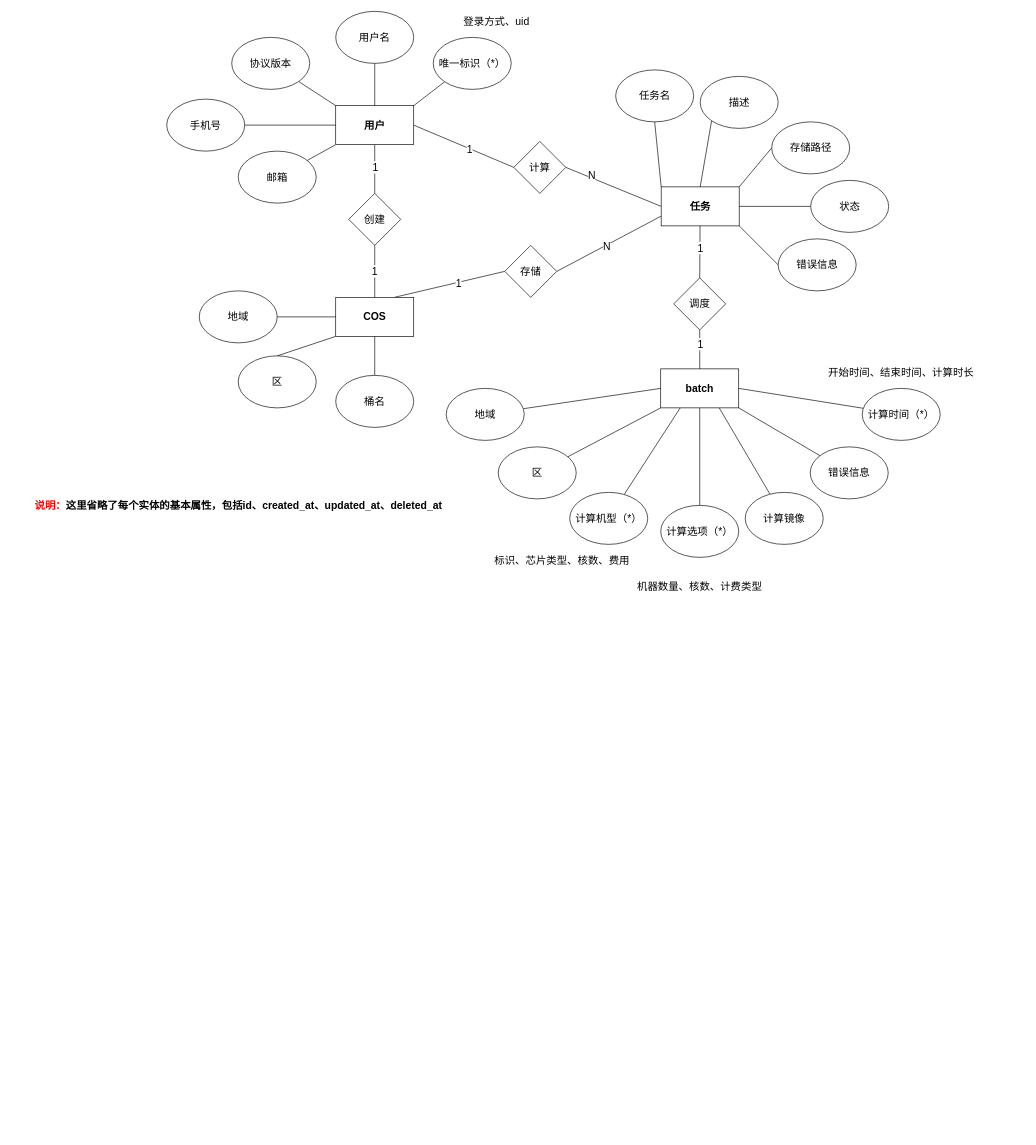
This is page "数据库设计" (2 of 2) of draft/mutfold/Untitled Diagram.drawio from mattshhuang/draw-io, a draw.io file, before an edit. Source tidied: cells renumbered, new cells numbered last; positions are measured from the earlier drawing's top-left corner, leaving out a move shared by most shapes. Both pictures are drawn from the tidied source at 65%, with x=0, y=0 at pixel (30, 11).
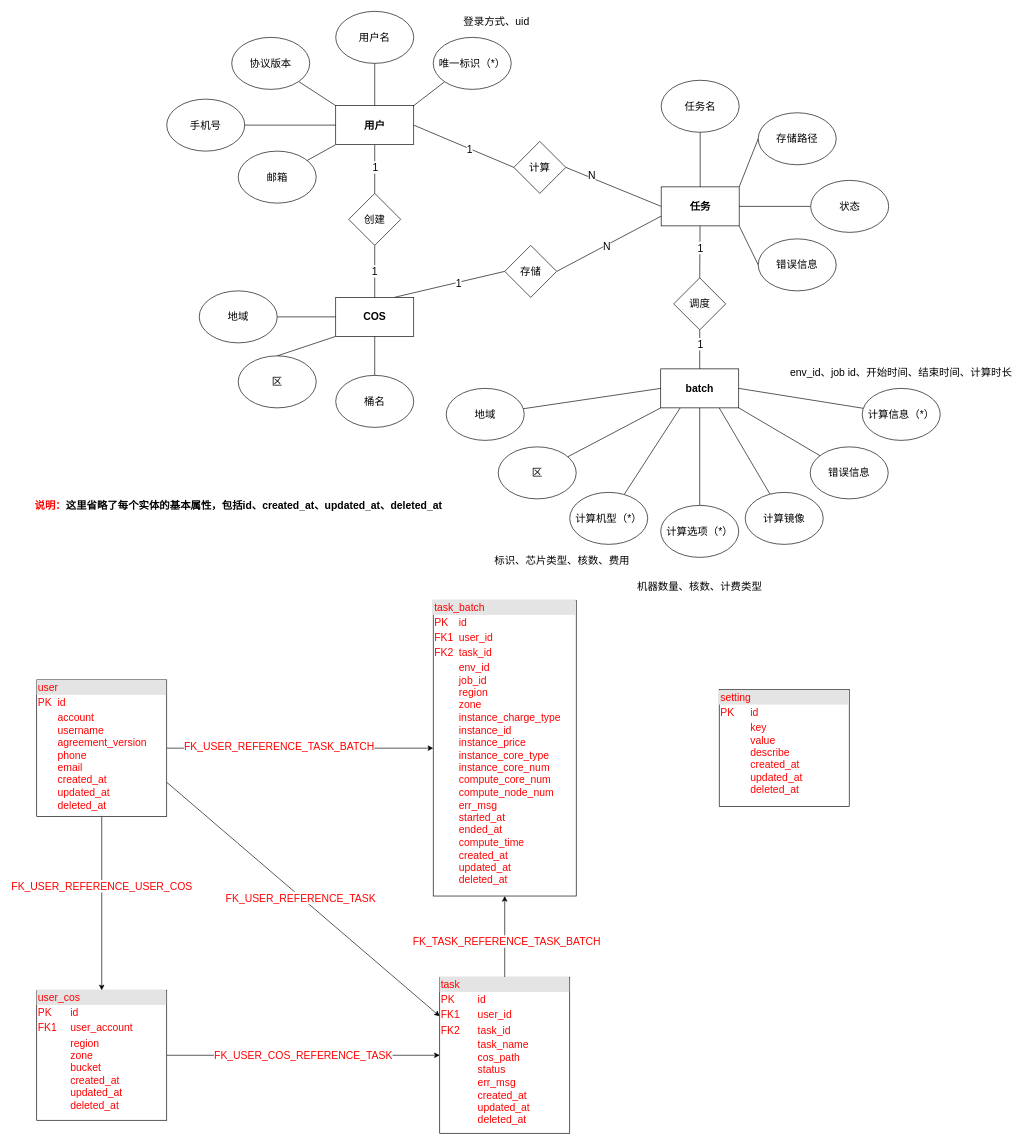
Above is the later version.

Commit message:
添加数据库模型图

Unchanged cells that the change refers to:
```xml
<mxCell id="11" value="&lt;font style=&quot;font-size: 16px&quot;&gt;&lt;b&gt;任务&lt;/b&gt;&lt;/font&gt;" style="rounded=0;whiteSpace=wrap;html=1;" parent="1" vertex="1">
  <mxGeometry x="970.7" y="270" width="120" height="60" as="geometry" />
</mxCell>
```

What changed in the source:
```diff
@@
-    <mxCell id="38" style="edgeStyle=none;rounded=0;jettySize=auto;html=1;exitX=0.5;exitY=1;exitDx=0;exitDy=0;entryX=0;entryY=0;entryDx=0;entryDy=0;fontSize=16;endArrow=none;endFill=0;" parent="1" edge="1" source="39" target="11">
-      <mxGeometry relative="1" as="geometry" />
-    </mxCell>
-    <mxCell id="39" value="任务名" style="ellipse;whiteSpace=wrap;html=1;fontSize=16;" parent="1" vertex="1">
-      <mxGeometry x="900.7" y="90" width="120" height="80" as="geometry" />
-    </mxCell>
-    <mxCell id="40" style="edgeStyle=none;rounded=0;jettySize=auto;html=1;exitX=0;exitY=1;exitDx=0;exitDy=0;entryX=0.5;entryY=0;entryDx=0;entryDy=0;fontSize=16;endArrow=none;endFill=0;" parent="1" edge="1" source="41" target="11">
+    <mxCell id="40" style="edgeStyle=none;rounded=0;jettySize=auto;html=1;exitX=0.5;exitY=1;exitDx=0;exitDy=0;entryX=0.5;entryY=0;entryDx=0;entryDy=0;fontSize=16;endArrow=none;endFill=0;" parent="1" edge="1" source="41" target="11">
       <mxGeometry relative="1" as="geometry" />
     </mxCell>
-    <mxCell id="41" value="描述" style="ellipse;whiteSpace=wrap;html=1;fontSize=16;" parent="1" vertex="1">
-      <mxGeometry x="1030.7" y="100" width="120" height="80" as="geometry" />
+    <mxCell id="41" value="任务名" style="ellipse;whiteSpace=wrap;html=1;fontSize=16;" parent="1" vertex="1">
+      <mxGeometry x="970.7" y="106" width="120" height="80" as="geometry" />
     </mxCell>
-    <mxCell id="42" style="edgeStyle=none;rounded=0;jettySize=auto;html=1;exitX=0;exitY=0.5;exitDx=0;exitDy=0;entryX=1;entryY=0;entryDx=0;entryDy=0;fontSize=16;endArrow=none;endFill=0;" parent="1" edge="1" source="43" target="11">
+    <mxCell id="42" style="edgeStyle=none;rounded=0;jettySize=auto;html=1;entryX=1;entryY=0;entryDx=0;entryDy=0;fontSize=16;endArrow=none;endFill=0;exitX=0;exitY=0.5;exitDx=0;exitDy=0;" parent="1" edge="1" source="43" target="11">
       <mxGeometry relative="1" as="geometry" />
     </mxCell>
     <mxCell id="43" value="存储路径" style="ellipse;whiteSpace=wrap;html=1;fontSize=16;" parent="1" vertex="1">
-      <mxGeometry x="1140.7" y="170" width="120" height="80" as="geometry" />
+      <mxGeometry x="1120" y="156" width="120" height="80" as="geometry" />
     </mxCell>
@@
     <mxCell id="47" value="错误信息" style="ellipse;whiteSpace=wrap;html=1;fontSize=16;" parent="1" vertex="1">
-      <mxGeometry x="1150.7" y="350" width="120" height="80" as="geometry" />
+      <mxGeometry x="1120" y="350" width="120" height="80" as="geometry" />
     </mxCell>
@@
-    <mxCell id="58" value="计算时间（*）" style="ellipse;whiteSpace=wrap;html=1;fontSize=16;" parent="1" vertex="1">
+    <mxCell id="58" value="计算信息（*）" style="ellipse;whiteSpace=wrap;html=1;fontSize=16;" parent="1" vertex="1">
       <mxGeometry x="1280" y="580" width="120" height="80" as="geometry" />
     </mxCell>
@@
-    <mxCell id="65" value="开始时间、结束时间、计算时长" style="text;html=1;strokeColor=none;fillColor=none;align=center;verticalAlign=middle;whiteSpace=wrap;rounded=0;fontSize=16;" parent="1" vertex="1">
-      <mxGeometry x="1205" y="540" width="270" height="30" as="geometry" />
+    <mxCell id="65" value="env_id、job id、开始时间、结束时间、计算时长" style="text;html=1;strokeColor=none;fillColor=none;align=center;verticalAlign=middle;whiteSpace=wrap;rounded=0;fontSize=16;" parent="1" vertex="1">
+      <mxGeometry x="1150" y="540" width="380" height="30" as="geometry" />
     </mxCell>
@@
+    <mxCell id="70" style="edgeStyle=none;rounded=0;jettySize=auto;html=1;entryX=0.5;entryY=0;entryDx=0;entryDy=0;fontSize=16;fontColor=#FF0000;endArrow=classic;endFill=1;" parent="1" edge="1" source="76" target="78">
+      <mxGeometry relative="1" as="geometry" />
+    </mxCell>
+    <mxCell id="71" value="FK_USER_REFERENCE_USER_COS" style="edgeLabel;html=1;align=center;verticalAlign=middle;fontSize=16;fontColor=#FF0000;" parent="70" vertex="1">
+      <mxGeometry x="-0.2" y="-1" relative="1" as="geometry" />
+    </mxCell>
+    <mxCell id="72" style="edgeStyle=none;rounded=0;jettySize=auto;html=1;entryX=0;entryY=0.5;entryDx=0;entryDy=0;fontSize=16;fontColor=#FF0000;endArrow=classic;endFill=1;" parent="1" edge="1" source="76" target="82">
+      <mxGeometry relative="1" as="geometry" />
+    </mxCell>
+    <mxCell id="73" value="FK_USER_REFERENCE_TASK_BATCH" style="edgeLabel;html=1;align=center;verticalAlign=middle;fontSize=16;fontColor=#FF0000;" parent="72" vertex="1">
+      <mxGeometry x="-0.16" y="3" relative="1" as="geometry" />
+    </mxCell>
+    <mxCell id="74" style="edgeStyle=none;rounded=0;jettySize=auto;html=1;exitX=1;exitY=0.75;exitDx=0;exitDy=0;entryX=0;entryY=0.25;entryDx=0;entryDy=0;fontSize=16;fontColor=#FF0000;endArrow=classic;endFill=1;" parent="1" edge="1" source="76" target="81">
+      <mxGeometry relative="1" as="geometry" />
+    </mxCell>
+    <mxCell id="75" value="FK_USER_REFERENCE_TASK" style="edgeLabel;html=1;align=center;verticalAlign=middle;fontSize=16;fontColor=#FF0000;" parent="74" vertex="1">
+      <mxGeometry x="-0.02" y="-1" relative="1" as="geometry" />
+    </mxCell>
+    <mxCell id="76" value="&lt;div style=&quot;box-sizing: border-box ; width: 100% ; background: #e4e4e4 ; padding: 2px&quot;&gt;user&lt;/div&gt;&lt;table style=&quot;width: 100% ; font-size: 1em&quot; cellpadding=&quot;2&quot; cellspacing=&quot;0&quot;&gt;&lt;tbody&gt;&lt;tr&gt;&lt;td&gt;PK&lt;/td&gt;&lt;td&gt;id&lt;/td&gt;&lt;/tr&gt;&lt;tr&gt;&lt;td&gt;&lt;/td&gt;&lt;td&gt;account&lt;br&gt;username&lt;br&gt;agreement_version&lt;br&gt;phone&lt;br&gt;email&lt;br&gt;created_at&lt;br&gt;updated_at&lt;br&gt;deleted_at&lt;/td&gt;&lt;/tr&gt;&lt;/tbody&gt;&lt;/table&gt;" style="verticalAlign=top;align=left;overflow=fill;html=1;fontSize=16;fontColor=#FF0000;" parent="1" vertex="1">
+      <mxGeometry x="10" y="1028.5" width="200" height="210" as="geometry" />
+    </mxCell>
+    <mxCell id="77" value="FK_USER_COS_REFERENCE_TASK" style="edgeStyle=none;rounded=0;jettySize=auto;html=1;entryX=0;entryY=0.5;entryDx=0;entryDy=0;fontSize=16;fontColor=#FF0000;endArrow=classic;endFill=1;" parent="1" edge="1" source="78" target="81">
+      <mxGeometry relative="1" as="geometry" />
+    </mxCell>
+    <mxCell id="78" value="&lt;div style=&quot;box-sizing: border-box ; width: 100% ; background: #e4e4e4 ; padding: 2px&quot;&gt;user_cos&lt;/div&gt;&lt;table style=&quot;width: 100% ; font-size: 1em&quot; cellpadding=&quot;2&quot; cellspacing=&quot;0&quot;&gt;&lt;tbody&gt;&lt;tr&gt;&lt;td&gt;PK&lt;/td&gt;&lt;td&gt;id&lt;/td&gt;&lt;/tr&gt;&lt;tr&gt;&lt;td&gt;FK1&lt;/td&gt;&lt;td&gt;user_account&lt;/td&gt;&lt;/tr&gt;&lt;tr&gt;&lt;td&gt;&lt;/td&gt;&lt;td&gt;region&lt;br&gt;zone&lt;br&gt;bucket&lt;br&gt;created_at&lt;br&gt;updated_at&lt;br&gt;deleted_at&lt;/td&gt;&lt;/tr&gt;&lt;/tbody&gt;&lt;/table&gt;" style="verticalAlign=top;align=left;overflow=fill;html=1;fontSize=16;fontColor=#FF0000;" parent="1" vertex="1">
+      <mxGeometry x="10" y="1506" width="200" height="200" as="geometry" />
+    </mxCell>
+    <mxCell id="79" style="edgeStyle=none;rounded=0;jettySize=auto;html=1;entryX=0.5;entryY=1;entryDx=0;entryDy=0;fontSize=16;fontColor=#FF0000;endArrow=classic;endFill=1;" parent="1" edge="1" source="81" target="82">
+      <mxGeometry relative="1" as="geometry" />
+    </mxCell>
+    <mxCell id="80" value="FK_TASK_REFERENCE_TASK_BATCH" style="edgeLabel;html=1;align=center;verticalAlign=middle;fontSize=16;fontColor=#FF0000;" parent="79" vertex="1">
+      <mxGeometry x="-0.11" y="-2" relative="1" as="geometry" />
+    </mxCell>
+    <mxCell id="81" value="&lt;div style=&quot;box-sizing: border-box ; width: 100% ; background: #e4e4e4 ; padding: 2px&quot;&gt;task&lt;/div&gt;&lt;table style=&quot;width: 100% ; font-size: 1em&quot; cellpadding=&quot;2&quot; cellspacing=&quot;0&quot;&gt;&lt;tbody&gt;&lt;tr&gt;&lt;td&gt;PK&lt;/td&gt;&lt;td&gt;id&lt;/td&gt;&lt;/tr&gt;&lt;tr&gt;&lt;td&gt;FK1&lt;/td&gt;&lt;td&gt;user_id&lt;/td&gt;&lt;/tr&gt;&lt;tr&gt;&lt;td&gt;FK2&lt;/td&gt;&lt;td&gt;task_id&lt;/td&gt;&lt;/tr&gt;&lt;tr&gt;&lt;td&gt;&lt;/td&gt;&lt;td&gt;task_name&lt;br&gt;cos_path&lt;br&gt;status&lt;br&gt;err_msg&lt;br&gt;created_at&lt;br&gt;updated_at&lt;br&gt;deleted_at&lt;br&gt;&lt;/td&gt;&lt;/tr&gt;&lt;/tbody&gt;&lt;/table&gt;" style="verticalAlign=top;align=left;overflow=fill;html=1;fontSize=16;fontColor=#FF0000;" parent="1" vertex="1">
+      <mxGeometry x="630" y="1486" width="200" height="240" as="geometry" />
+    </mxCell>
+    <mxCell id="82" value="&lt;div style=&quot;box-sizing: border-box ; width: 100% ; background: #e4e4e4 ; padding: 2px&quot;&gt;task_batch&lt;/div&gt;&lt;table style=&quot;width: 100% ; font-size: 1em&quot; cellpadding=&quot;2&quot; cellspacing=&quot;0&quot;&gt;&lt;tbody&gt;&lt;tr&gt;&lt;td&gt;PK&lt;/td&gt;&lt;td&gt;id&lt;/td&gt;&lt;/tr&gt;&lt;tr&gt;&lt;td&gt;FK1&lt;/td&gt;&lt;td&gt;user_id&lt;/td&gt;&lt;/tr&gt;&lt;tr&gt;&lt;td&gt;FK2&lt;/td&gt;&lt;td&gt;task_id&lt;/td&gt;&lt;/tr&gt;&lt;tr&gt;&lt;td&gt;&lt;/td&gt;&lt;td&gt;env_id&lt;br&gt;job_id&lt;br&gt;region&lt;br&gt;zone&lt;br&gt;instance_charge_type&lt;br&gt;instance_id&lt;br&gt;instance_price&lt;br&gt;instance_core_type&lt;br&gt;instance_core_num&lt;br&gt;compute_core_num&lt;br&gt;compute_node_num&lt;br&gt;err_msg&lt;br&gt;started_at&lt;br&gt;ended_at&lt;br&gt;compute_time&lt;br&gt;created_at&lt;br&gt;updated_at&lt;br&gt;deleted_at&lt;/td&gt;&lt;/tr&gt;&lt;/tbody&gt;&lt;/table&gt;" style="verticalAlign=top;align=left;overflow=fill;html=1;fontSize=16;fontColor=#FF0000;" parent="1" vertex="1">
+      <mxGeometry x="620" y="906" width="220" height="455" as="geometry" />
+    </mxCell>
+    <mxCell id="83" value="&lt;div style=&quot;box-sizing: border-box ; width: 100% ; background: #e4e4e4 ; padding: 2px&quot;&gt;setting&lt;/div&gt;&lt;table style=&quot;width: 100% ; font-size: 1em&quot; cellpadding=&quot;2&quot; cellspacing=&quot;0&quot;&gt;&lt;tbody&gt;&lt;tr&gt;&lt;td&gt;PK&lt;/td&gt;&lt;td&gt;id&lt;/td&gt;&lt;/tr&gt;&lt;tr&gt;&lt;td&gt;&lt;/td&gt;&lt;td&gt;key&lt;br&gt;value&lt;br&gt;describe&lt;br&gt;created_at&lt;br&gt;updated_at&lt;br&gt;deleted_at&lt;/td&gt;&lt;/tr&gt;&lt;/tbody&gt;&lt;/table&gt;" style="verticalAlign=top;align=left;overflow=fill;html=1;fontSize=16;fontColor=#FF0000;" parent="1" vertex="1">
+      <mxGeometry x="1060" y="1043.5" width="200" height="180" as="geometry" />
+    </mxCell>
```
